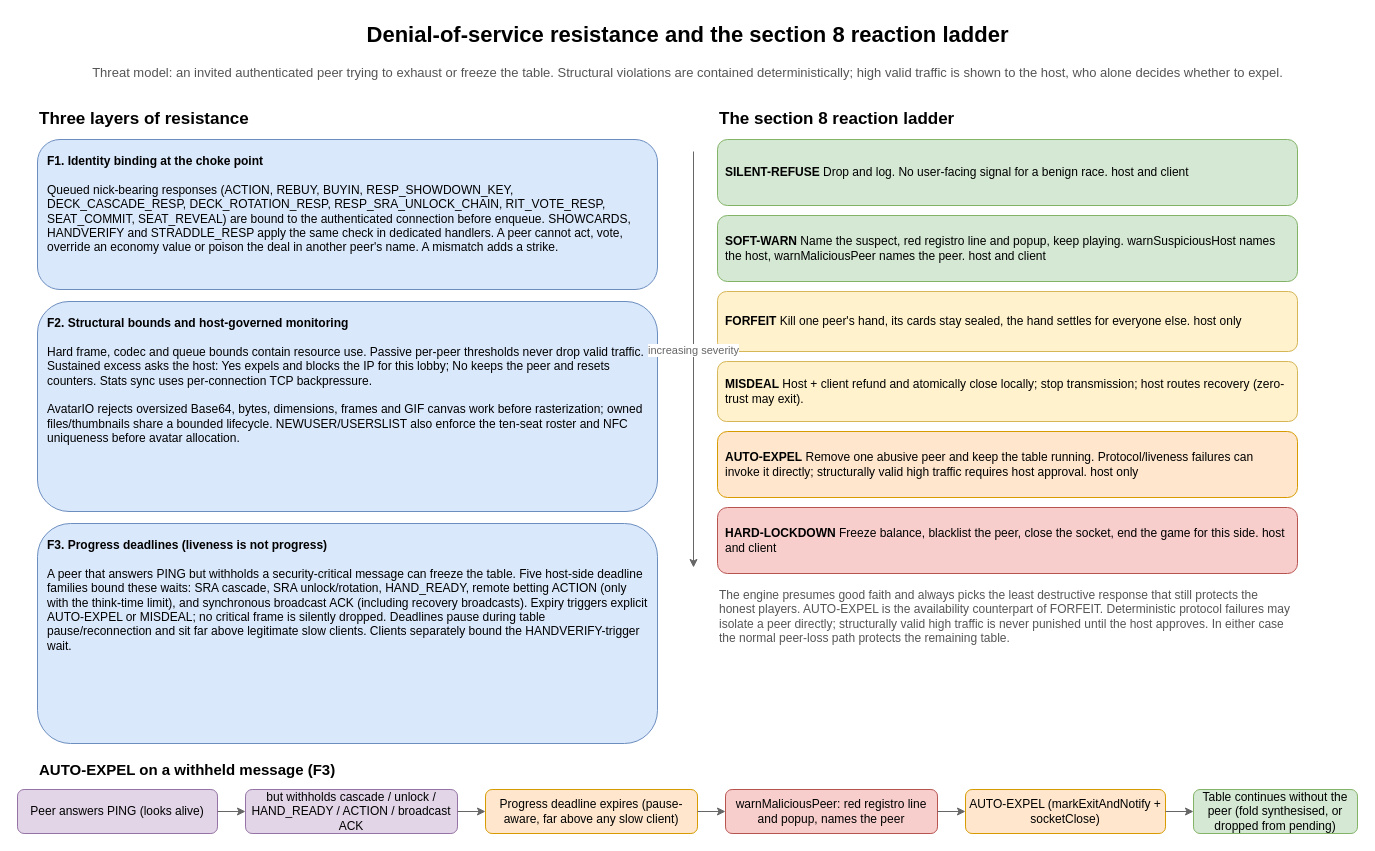
tonikelope/coronapoker keeps this draw.io diagram as docs/diagrams/dos-resistance.drawio. Above is the earlier version. Source tidied: cells renumbered, new cells numbered last; positions are measured from the earlier drawing's top-left corner, leaving out a move shared by most shapes. Both pictures are drawn from the tidied source at 100%, with x=0, y=0 at pixel (17, 17).
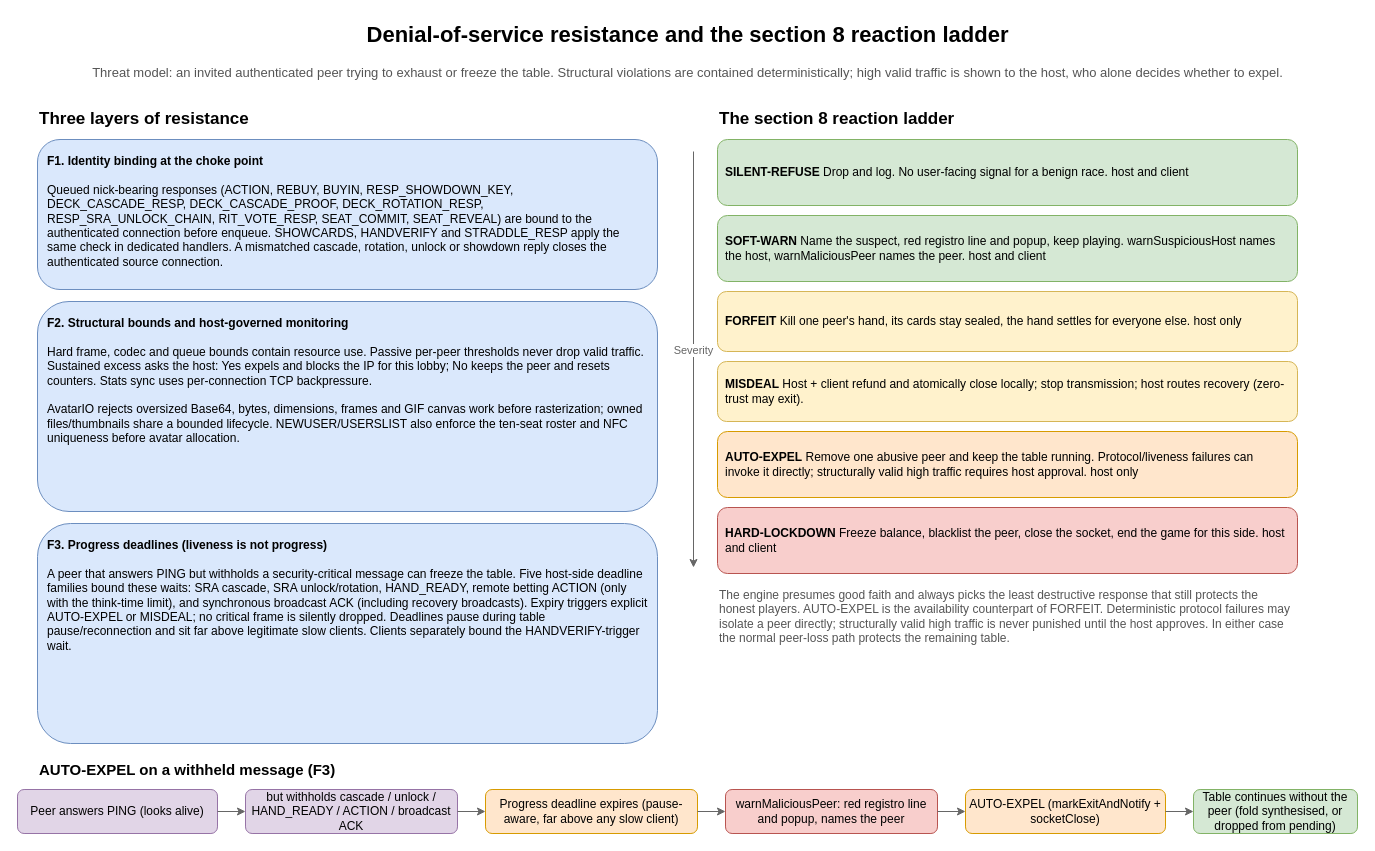
After the change.

What changed in the source:
```diff
@@
-    <mxCell id="5" value="&lt;b&gt;F1. Identity binding at the choke point&lt;/b&gt;&lt;br&gt;&lt;br&gt;Queued nick-bearing responses (ACTION, REBUY, BUYIN, RESP_SHOWDOWN_KEY, DECK_CASCADE_RESP, DECK_ROTATION_RESP, RESP_SRA_UNLOCK_CHAIN, RIT_VOTE_RESP, SEAT_COMMIT, SEAT_REVEAL) are bound to the authenticated connection before enqueue. SHOWCARDS, HANDVERIFY and STRADDLE_RESP apply the same check in dedicated handlers. A peer cannot act, vote, override an economy value or poison the deal in another peer's name. A mismatch adds a strike." style="rounded=1;whiteSpace=wrap;html=1;fillColor=#dae8fc;strokeColor=#6c8ebf;align=left;verticalAlign=top;spacing=10;fontSize=12;" parent="1" vertex="1">
+    <mxCell id="5" value="&lt;b&gt;F1. Identity binding at the choke point&lt;/b&gt;&lt;br&gt;&lt;br&gt;Queued nick-bearing responses (ACTION, REBUY, BUYIN, RESP_SHOWDOWN_KEY, DECK_CASCADE_RESP, DECK_CASCADE_PROOF, DECK_ROTATION_RESP, RESP_SRA_UNLOCK_CHAIN, RIT_VOTE_RESP, SEAT_COMMIT, SEAT_REVEAL) are bound to the authenticated connection before enqueue. SHOWCARDS, HANDVERIFY and STRADDLE_RESP apply the same check in dedicated handlers. A mismatched cascade, rotation, unlock or showdown reply closes the authenticated source connection." style="rounded=1;whiteSpace=wrap;html=1;fillColor=#dae8fc;strokeColor=#6c8ebf;align=left;verticalAlign=top;spacing=10;fontSize=12;" parent="1" vertex="1">
       <mxGeometry x="20" y="122" width="620" height="150" as="geometry" />
     </mxCell>
@@
-    <mxCell id="15" value="increasing severity" style="endArrow=classic;html=1;rounded=0;fontSize=11;fontColor=#666666;strokeColor=#666666;verticalAlign=bottom;" parent="1" edge="1">
+    <mxCell id="15" value="Severity" style="endArrow=classic;html=1;rounded=0;fontSize=11;fontColor=#666666;strokeColor=#666666;verticalAlign=bottom;" parent="1" edge="1">
       <mxGeometry relative="1" as="geometry">
         <mxPoint x="676" y="134" as="sourcePoint" />
         <mxPoint x="676" y="550" as="targetPoint" />
       </mxGeometry>
     </mxCell>
```
